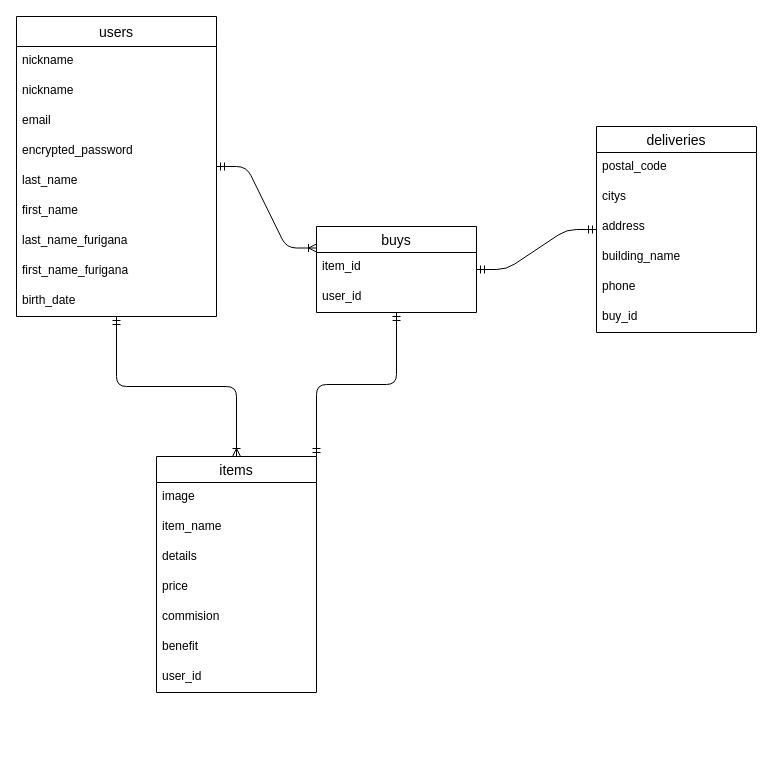
Earlier version of the draw.io diagram furima.dio (MaaaaaaaSa/furima-37961). Source tidied: cells renumbered, new cells numbered last; positions are measured from the earlier drawing's top-left corner, leaving out a move shared by most shapes. Both pictures are drawn from the tidied source at 100%, with x=0, y=0 at pixel (16, 16).
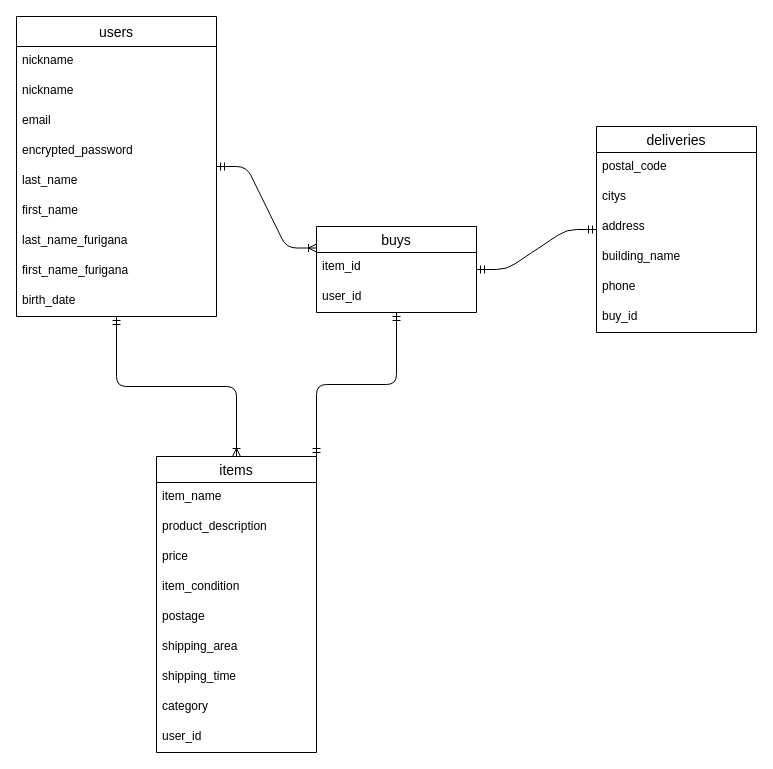
Above is the later version.

Commit message (it also covers changes not shown here):
itemsテーブルの修正

Change to the diagram source:
```diff
@@
     <mxCell id="12" value="items" style="swimlane;fontStyle=0;horizontal=1;startSize=26;align=center;fontSize=14;" parent="1" vertex="1">
-      <mxGeometry x="140" y="440" width="160" height="236" as="geometry" />
+      <mxGeometry x="140" y="440" width="160" height="296" as="geometry" />
     </mxCell>
-    <mxCell id="13" value="image" style="text;strokeColor=none;fillColor=none;spacingLeft=4;spacingRight=4;overflow=hidden;fontSize=12;" parent="12" vertex="1">
-      <mxGeometry y="26" width="160" height="30" as="geometry" />
-    </mxCell>
     <mxCell id="14" value="item_name" style="text;strokeColor=none;fillColor=none;spacingLeft=4;spacingRight=4;overflow=hidden;fontSize=12;" parent="12" vertex="1">
-      <mxGeometry y="56" width="160" height="30" as="geometry" />
+      <mxGeometry y="26" width="160" height="30" as="geometry" />
     </mxCell>
-    <mxCell id="15" value="details" style="text;strokeColor=none;fillColor=none;spacingLeft=4;spacingRight=4;overflow=hidden;fontSize=12;" parent="12" vertex="1">
-      <mxGeometry y="86" width="160" height="30" as="geometry" />
+    <mxCell id="15" value="product_description" style="text;strokeColor=none;fillColor=none;spacingLeft=4;spacingRight=4;overflow=hidden;fontSize=12;" parent="12" vertex="1">
+      <mxGeometry y="56" width="160" height="30" as="geometry" />
     </mxCell>
     <mxCell id="16" value="price" style="text;strokeColor=none;fillColor=none;spacingLeft=4;spacingRight=4;overflow=hidden;fontSize=12;" parent="12" vertex="1">
-      <mxGeometry y="116" width="160" height="30" as="geometry" />
+      <mxGeometry y="86" width="160" height="30" as="geometry" />
     </mxCell>
-    <mxCell id="17" value="commision" style="text;strokeColor=none;fillColor=none;spacingLeft=4;spacingRight=4;overflow=hidden;fontSize=12;" parent="12" vertex="1">
-      <mxGeometry y="146" width="160" height="30" as="geometry" />
+    <mxCell id="17" value="item_condition" style="text;strokeColor=none;fillColor=none;spacingLeft=4;spacingRight=4;overflow=hidden;fontSize=12;" parent="12" vertex="1">
+      <mxGeometry y="116" width="160" height="30" as="geometry" />
     </mxCell>
-    <mxCell id="18" value="benefit" style="text;strokeColor=none;fillColor=none;spacingLeft=4;spacingRight=4;overflow=hidden;fontSize=12;" parent="12" vertex="1">
-      <mxGeometry y="176" width="160" height="30" as="geometry" />
+    <mxCell id="18" value="postage" style="text;strokeColor=none;fillColor=none;spacingLeft=4;spacingRight=4;overflow=hidden;fontSize=12;" parent="12" vertex="1">
+      <mxGeometry y="146" width="160" height="30" as="geometry" />
     </mxCell>
-    <mxCell id="19" value="user_id" style="text;strokeColor=none;fillColor=none;spacingLeft=4;spacingRight=4;overflow=hidden;fontSize=12;" parent="12" vertex="1">
-      <mxGeometry y="206" width="160" height="30" as="geometry" />
+    <mxCell id="19" value="shipping_area" style="text;strokeColor=none;fillColor=none;spacingLeft=4;spacingRight=4;overflow=hidden;fontSize=12;" parent="12" vertex="1">
+      <mxGeometry y="176" width="160" height="30" as="geometry" />
     </mxCell>
+    <mxCell id="34" value="shipping_time" style="text;strokeColor=none;fillColor=none;spacingLeft=4;spacingRight=4;overflow=hidden;fontSize=12;" parent="12" vertex="1">
+      <mxGeometry y="206" width="160" height="30" as="geometry" />
+    </mxCell>
+    <mxCell id="35" value="category" style="text;strokeColor=none;fillColor=none;spacingLeft=4;spacingRight=4;overflow=hidden;fontSize=12;" parent="12" vertex="1">
+      <mxGeometry y="236" width="160" height="30" as="geometry" />
+    </mxCell>
+    <mxCell id="36" value="user_id" style="text;strokeColor=none;fillColor=none;spacingLeft=4;spacingRight=4;overflow=hidden;fontSize=12;" parent="12" vertex="1">
+      <mxGeometry y="266" width="160" height="30" as="geometry" />
+    </mxCell>
```
